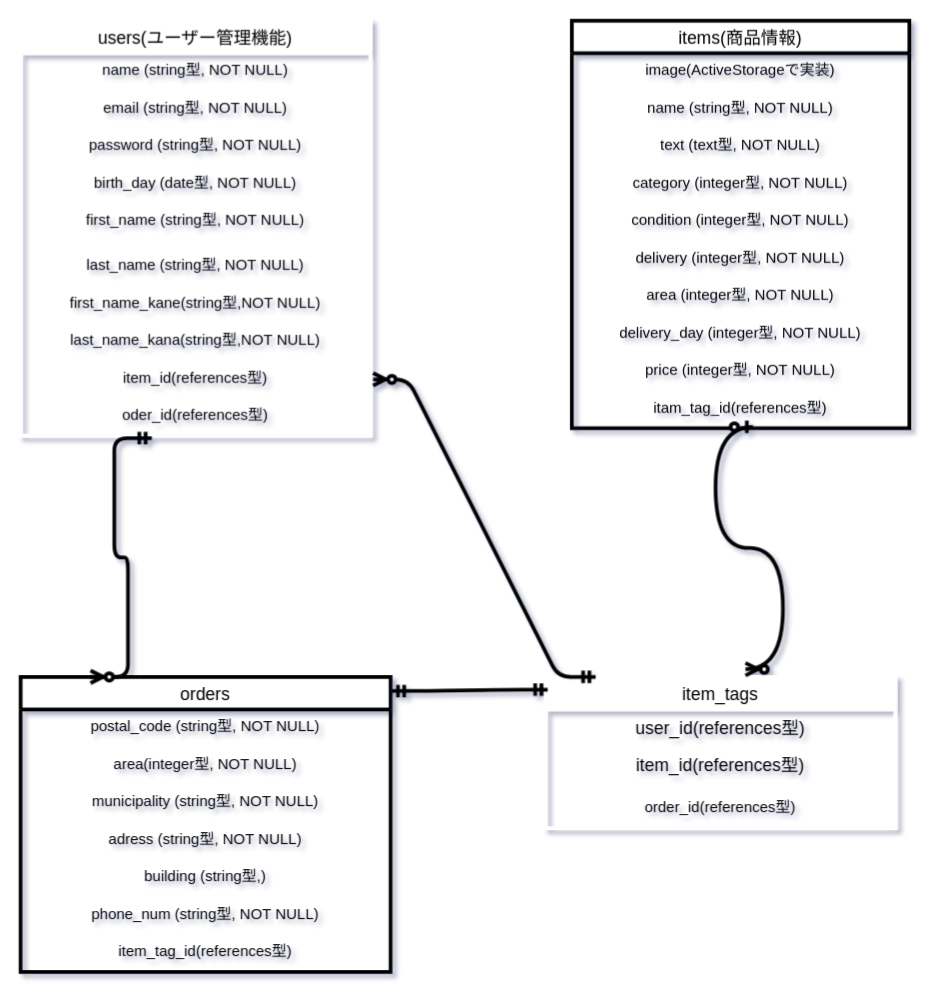
same-jima/furima-36128 keeps this draw.io diagram as ER .dio. Above is the earlier version. Source tidied: cells renumbered, new cells numbered last; positions are measured from the earlier drawing's top-left corner, leaving out a move shared by most shapes. Both pictures are drawn from the tidied source at 125%, with x=0, y=0 at pixel (20, 20).
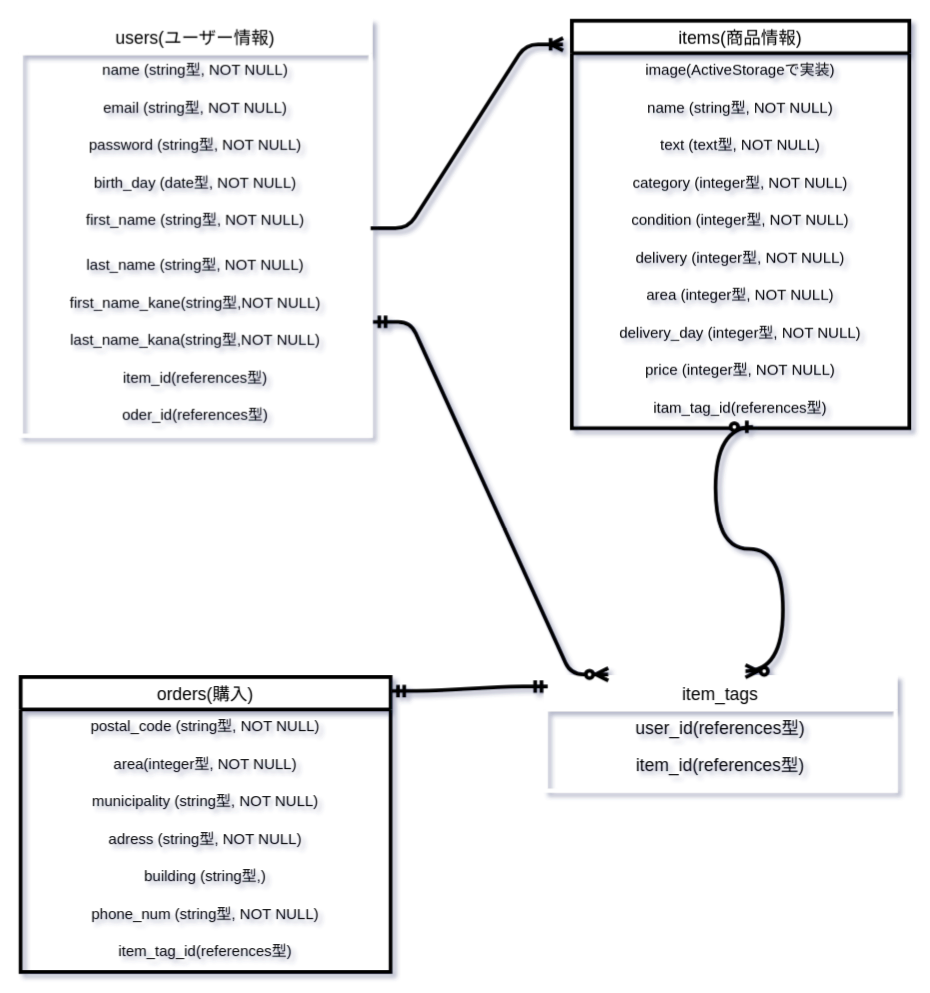
The same page after the edit.

Commit message (it also covers changes not shown here):
修正修正修正修正修正：アソシエーションとER図

Unchanged cells that the change refers to:
```xml
<mxCell id="10" value="last_name_kana(string型,NOT NULL)" style="text;strokeColor=none;fillColor=none;spacingLeft=4;spacingRight=4;overflow=hidden;points=[[0,0.5],[1,0.5]];portConstraint=eastwest;fontSize=12;align=center;" parent="2" vertex="1">
  <mxGeometry y="242" width="280" height="30" as="geometry" />
</mxCell>
<mxCell id="11" value="item_id(references型)" style="text;strokeColor=none;fillColor=none;spacingLeft=4;spacingRight=4;overflow=hidden;points=[[0,0.5],[1,0.5]];portConstraint=eastwest;fontSize=12;align=center;" parent="2" vertex="1">
  <mxGeometry y="272" width="280" height="30" as="geometry" />
</mxCell>
<mxCell id="12" value="oder_id(references型)" style="text;strokeColor=none;fillColor=none;spacingLeft=4;spacingRight=4;overflow=hidden;points=[[0,0.5],[1,0.5]];portConstraint=eastwest;fontSize=12;align=center;" parent="2" vertex="1">
  <mxGeometry y="302" width="280" height="30" as="geometry" />
</mxCell>
<mxCell id="14" value="image(ActiveStorageで実装)" style="text;strokeColor=none;fillColor=none;spacingLeft=4;spacingRight=4;overflow=hidden;points=[[0,0.5],[1,0.5]];portConstraint=eastwest;fontSize=12;align=center;" parent="13" vertex="1">
  <mxGeometry y="26" width="270" height="30" as="geometry" />
</mxCell>
```

Change to the diagram source:
```diff
@@
-    <mxCell id="2" value="users(ユーザー管理機能)" style="swimlane;fontStyle=0;horizontal=1;startSize=26;align=center;fontSize=14;strokeColor=#FFFFFF;strokeWidth=3;" parent="1" vertex="1">
+    <mxCell id="2" value="users(ユーザー情報)" style="swimlane;fontStyle=0;horizontal=1;startSize=26;align=center;fontSize=14;strokeColor=#FFFFFF;strokeWidth=3;" parent="1" vertex="1">
       <mxGeometry width="280" height="332" as="geometry" />
     </mxCell>
@@
-    <mxCell id="24" value="orders" style="swimlane;fontStyle=0;horizontal=1;startSize=26;align=center;fontSize=14;strokeWidth=3;" parent="1" vertex="1">
+    <mxCell id="24" value="orders(購入)" style="swimlane;fontStyle=0;horizontal=1;startSize=26;align=center;fontSize=14;strokeWidth=3;" parent="1" vertex="1">
       <mxGeometry y="525" width="296" height="236" as="geometry" />
     </mxCell>
@@
     <mxCell id="32" value="item_tags" style="swimlane;fontStyle=0;horizontal=1;startSize=26;align=center;fontSize=14;strokeColor=#FFFFFF;strokeWidth=3;" parent="1" vertex="1">
-      <mxGeometry x="420" y="525" width="280" height="121" as="geometry" />
+      <mxGeometry x="420" y="525" width="280" height="91" as="geometry" />
     </mxCell>
@@
-    <mxCell id="35" value="order_id(references型)" style="text;strokeColor=none;fillColor=none;spacingLeft=4;spacingRight=4;overflow=hidden;fontSize=12;align=center;" parent="32" vertex="1">
-      <mxGeometry y="91" width="280" height="30" as="geometry" />
-    </mxCell>
@@
-    <mxCell id="38" style="edgeStyle=entityRelationEdgeStyle;fontSize=12;html=1;endArrow=ERzeroToMany;startArrow=ERmandOne;targetPerimeterSpacing=2;strokeWidth=3;entryX=0.189;entryY=0;entryDx=0;entryDy=0;entryPerimeter=0;exitX=0.375;exitY=1.067;exitDx=0;exitDy=0;exitPerimeter=0;" parent="1" edge="1" source="12" target="24">
-      <mxGeometry relative="1" as="geometry" />
-    </mxCell>
-    <mxCell id="39" style="edgeStyle=entityRelationEdgeStyle;fontSize=12;html=1;endArrow=ERzeroToMany;startArrow=ERmandOne;targetPerimeterSpacing=2;strokeWidth=3;exitX=0.143;exitY=0;exitDx=0;exitDy=0;exitPerimeter=0;" parent="1" edge="1" source="32" target="11">
+    <mxCell id="39" style="edgeStyle=entityRelationEdgeStyle;fontSize=12;html=1;endArrow=ERzeroToMany;startArrow=ERmandOne;targetPerimeterSpacing=2;strokeWidth=3;exitX=1.007;exitY=-0.033;exitDx=0;exitDy=0;exitPerimeter=0;entryX=0.179;entryY=-0.022;entryDx=0;entryDy=0;entryPerimeter=0;" parent="1" edge="1" source="10" target="32">
       <mxGeometry relative="1" as="geometry" />
     </mxCell>
+    <mxCell id="40" style="edgeStyle=entityRelationEdgeStyle;fontSize=12;html=1;endArrow=ERoneToMany;targetPerimeterSpacing=2;strokeWidth=3;entryX=-0.026;entryY=-0.233;entryDx=0;entryDy=0;entryPerimeter=0;" parent="1" edge="1" source="2" target="14">
+      <mxGeometry relative="1" as="geometry" />
+    </mxCell>
```
